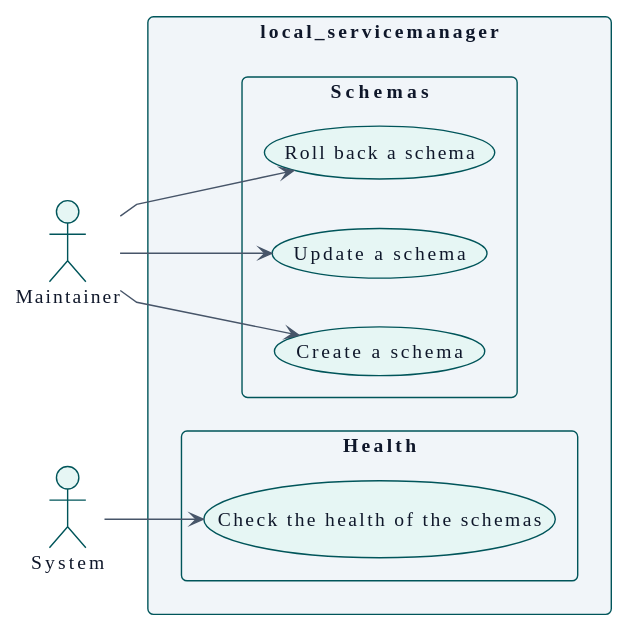
Earlier version of the PlantUML export docs/en/technical/requirements/use-case-overview.svg (didactika/moodle-local_servicemanager). Source of this version:
```plantuml
@startuml
!theme plain
skinparam backgroundColor #FFFFFF
skinparam defaultFontName IBM Plex Sans
skinparam defaultFontSize 14
skinparam defaultFontColor #0F172A
skinparam shadowing false
skinparam packageStyle rectangle
skinparam ArrowFontSize 12
skinparam ClassAttributeIconSize 0
skinparam roundCorner 8
skinparam ArrowColor #475569
skinparam ArrowFontColor #0F172A
skinparam NoteBackgroundColor #FDF3DC
skinparam NoteBorderColor #00555A
skinparam NoteFontColor #0F172A
skinparam class {
  BackgroundColor #E6F6F4
  BorderColor #00555A
  FontColor #0F172A
}
skinparam entity {
  BackgroundColor #E6F6F4
  BorderColor #00555A
  FontColor #0F172A
}
skinparam participant {
  BackgroundColor #E6F6F4
  BorderColor #00555A
  FontColor #0F172A
}
skinparam actor {
  BackgroundColor #E6F6F4
  BorderColor #00555A
  FontColor #0F172A
}
skinparam database {
  BackgroundColor #E6F6F4
  BorderColor #00555A
  FontColor #0F172A
}
skinparam component {
  BackgroundColor #E6F6F4
  BorderColor #00555A
  FontColor #0F172A
}
skinparam node {
  BackgroundColor #E6F6F4
  BorderColor #00555A
  FontColor #0F172A
}
skinparam usecase {
  BackgroundColor #E6F6F4
  BorderColor #00555A
  FontColor #0F172A
}
skinparam interface {
  BackgroundColor #E6F6F4
  BorderColor #00555A
  FontColor #0F172A
}
skinparam state {
  BackgroundColor #E6F6F4
  BorderColor #00555A
  FontColor #0F172A
  StartColor #475569
  EndColor #475569
  ArrowColor #475569
}
skinparam package {
  BackgroundColor #F1F5F9
  BorderColor #00555A
  FontColor #0F172A
}
skinparam sequence {
  LifeLineBorderColor #475569
  LifeLineBackgroundColor #E6F6F4
  ArrowColor #475569
  GroupBorderColor #00555A
  GroupBackgroundColor #F1F5F9
}
skinparam package<<level1>> {
  BackgroundColor #A7DDD5
  BorderColor #00555A
  FontColor #0F172A
}
skinparam package<<level2>> {
  BackgroundColor #C8EEE9
  BorderColor #00555A
  FontColor #0F172A
}
skinparam package<<level3>> {
  BackgroundColor #E6F6F4
  BorderColor #00555A
  FontColor #0F172A
}
skinparam package<<level4>> {
  BackgroundColor #F4FBFA
  BorderColor #00555A
  FontColor #0F172A
}
hide <<level1>> stereotype
hide <<level2>> stereotype
hide <<level3>> stereotype
hide <<level4>> stereotype
skinparam linetype polyline
left to right direction

actor "Maintainer" as A_Maintainer
actor "System" as A_System

rectangle "local_servicemanager" {
  package "Schemas" {
    usecase "Create a schema" as UC_createSchema
    usecase "Update a schema" as UC_updateSchema
    usecase "Roll back a schema" as UC_rollbackSchema
  }
  package "Health" {
    usecase "Check the health of the schemas" as UC_checkHealth
  }
}

A_Maintainer --> UC_createSchema
A_Maintainer --> UC_updateSchema
A_Maintainer --> UC_rollbackSchema
A_System --> UC_checkHealth
@enduml
```
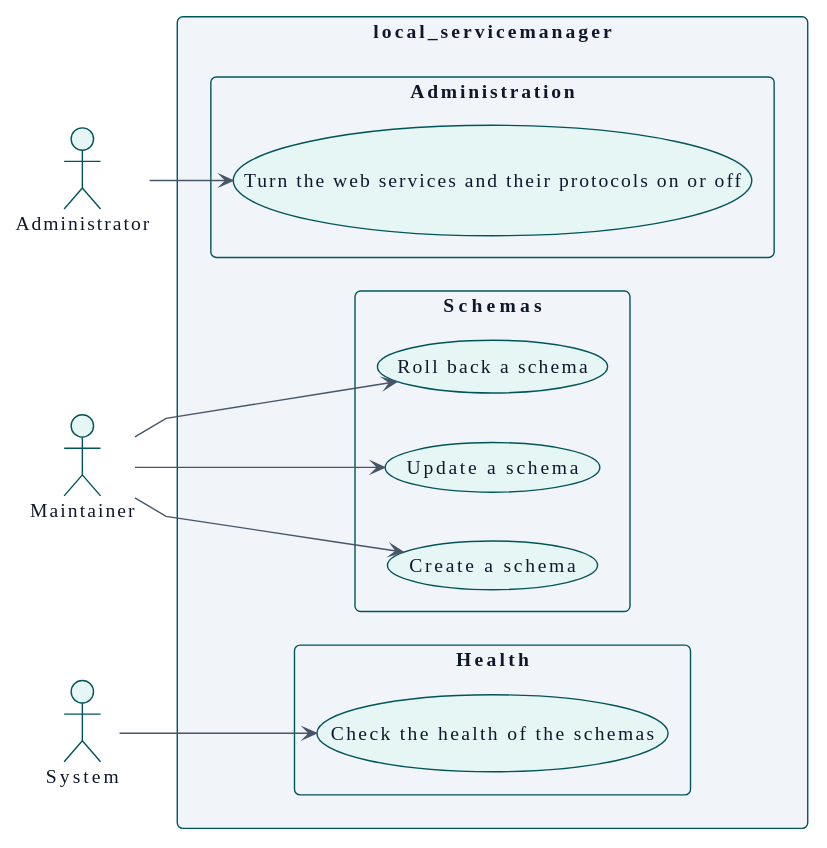
Later version of the same file.

The edit, as a diff of the source:
```diff
@@ -106,6 +106,7 @@
 skinparam linetype polyline
 left to right direction
 
+actor "Administrator" as A_Administrator
 actor "Maintainer" as A_Maintainer
 actor "System" as A_System
 
@@ -118,10 +119,14 @@
   package "Health" {
     usecase "Check the health of the schemas" as UC_checkHealth
   }
+  package "Administration" {
+    usecase "Turn the web services and their protocols on or off" as UC_turnWebServices
+  }
 }
 
 A_Maintainer --> UC_createSchema
 A_Maintainer --> UC_updateSchema
 A_Maintainer --> UC_rollbackSchema
 A_System --> UC_checkHealth
+A_Administrator --> UC_turnWebServices
 @enduml
```
